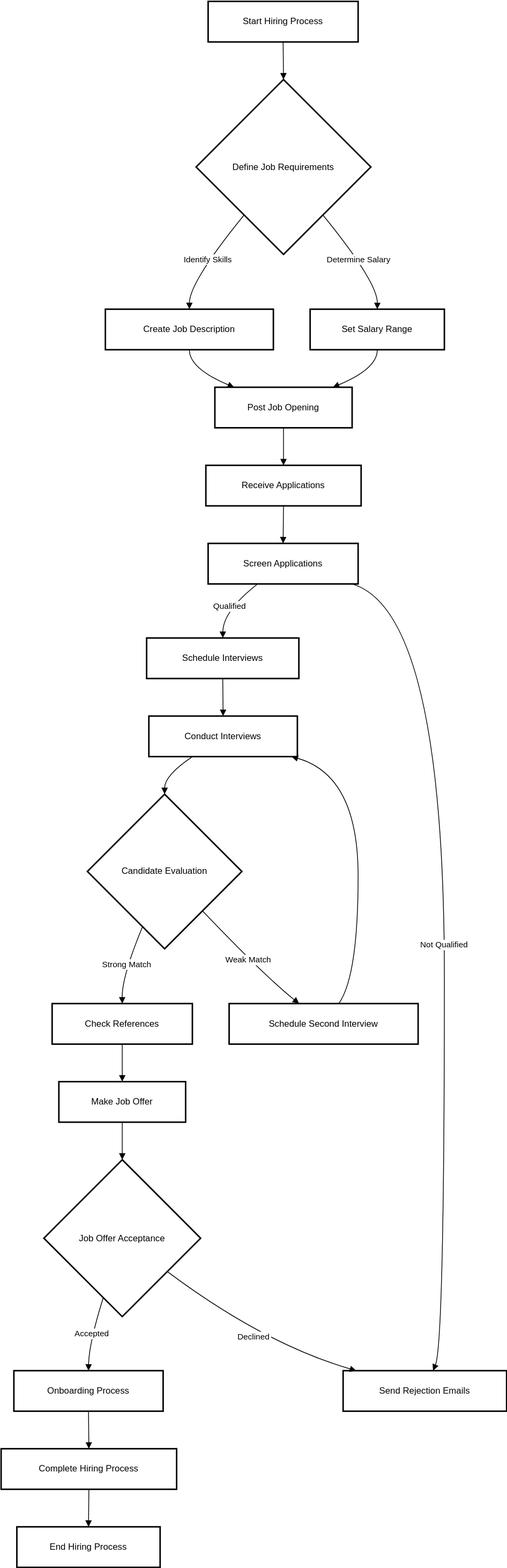
This is interview_process.svg from ZacksAmber/Flowcharts, a draw.io export, as it was before one commit. Source tidied: cells renumbered, new cells last; positions are measured from the earlier drawing's top-left corner, leaving out a move shared by most shapes.
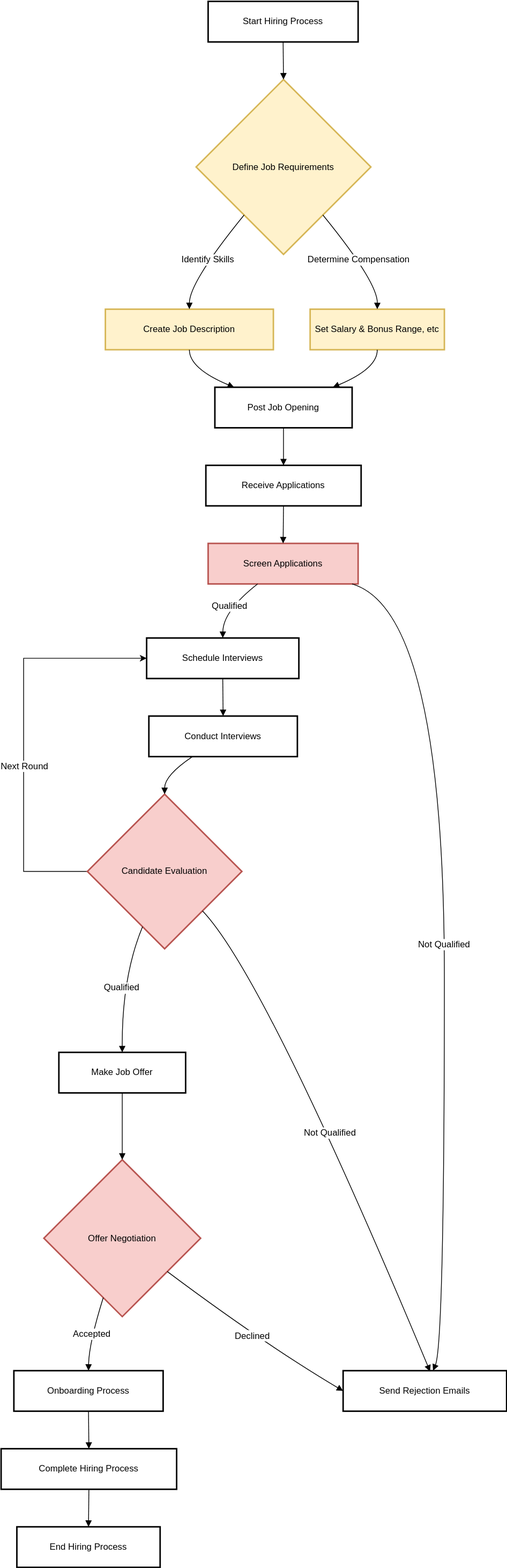
Later version of the same file.

What changed in the source:
```diff
@@ -5,13 +5,13 @@
     <mxCell id="2" value="Start Hiring Process" style="whiteSpace=wrap;strokeWidth=2;" parent="1" vertex="1">
       <mxGeometry x="276" width="200" height="54" as="geometry" />
     </mxCell>
-    <mxCell id="3" value="Define Job Requirements" style="rhombus;strokeWidth=2;whiteSpace=wrap;" parent="1" vertex="1">
+    <mxCell id="3" value="Define Job Requirements" style="rhombus;strokeWidth=2;whiteSpace=wrap;fillColor=#fff2cc;strokeColor=#d6b656;" parent="1" vertex="1">
       <mxGeometry x="260" y="104" width="233" height="233" as="geometry" />
     </mxCell>
-    <mxCell id="4" value="Create Job Description" style="whiteSpace=wrap;strokeWidth=2;" parent="1" vertex="1">
+    <mxCell id="4" value="Create Job Description" style="whiteSpace=wrap;strokeWidth=2;fillColor=#fff2cc;strokeColor=#d6b656;" parent="1" vertex="1">
       <mxGeometry x="139" y="410" width="224" height="54" as="geometry" />
     </mxCell>
-    <mxCell id="5" value="Set Salary Range" style="whiteSpace=wrap;strokeWidth=2;" parent="1" vertex="1">
+    <mxCell id="5" value="Set Salary &amp; Bonus Range, etc" style="whiteSpace=wrap;strokeWidth=2;fillColor=#fff2cc;strokeColor=#d6b656;" parent="1" vertex="1">
       <mxGeometry x="412" y="410" width="179" height="54" as="geometry" />
     </mxCell>
     <mxCell id="6" value="Post Job Opening" style="whiteSpace=wrap;strokeWidth=2;" parent="1" vertex="1">
@@ -20,7 +20,7 @@
     <mxCell id="7" value="Receive Applications" style="whiteSpace=wrap;strokeWidth=2;" parent="1" vertex="1">
       <mxGeometry x="273" y="618" width="207" height="54" as="geometry" />
     </mxCell>
-    <mxCell id="8" value="Screen Applications" style="whiteSpace=wrap;strokeWidth=2;" parent="1" vertex="1">
+    <mxCell id="8" value="Screen Applications" style="whiteSpace=wrap;strokeWidth=2;fillColor=#f8cecc;strokeColor=#b85450;glass=0;" parent="1" vertex="1">
       <mxGeometry x="276" y="722" width="200" height="54" as="geometry" />
     </mxCell>
     <mxCell id="9" value="Schedule Interviews" style="whiteSpace=wrap;strokeWidth=2;" parent="1" vertex="1">
@@ -32,19 +32,24 @@
     <mxCell id="11" value="Conduct Interviews" style="whiteSpace=wrap;strokeWidth=2;" parent="1" vertex="1">
       <mxGeometry x="197" y="952" width="198" height="54" as="geometry" />
     </mxCell>
+    <mxCell id="40" style="edgeStyle=orthogonalEdgeStyle;rounded=0;jettySize=auto;html=1;exitX=0;exitY=0.5;exitDx=0;exitDy=0;entryX=0;entryY=0.5;entryDx=0;entryDy=0;" parent="1" edge="1" source="12" target="9">
+      <mxGeometry relative="1" as="geometry">
+        <Array as="points">
+          <mxPoint x="30" y="1159" />
+          <mxPoint x="30" y="875" />
+        </Array>
+      </mxGeometry>
+    </mxCell>
+    <mxCell id="41" value="&lt;font style=&quot;font-size: 12px;&quot;&gt;Next Round&lt;/font&gt;" style="edgeLabel;html=1;align=center;verticalAlign=middle;" parent="40" vertex="1">
+      <mxGeometry x="-0.15" relative="1" as="geometry" />
+    </mxCell>
-    <mxCell id="12" value="Candidate Evaluation" style="rhombus;strokeWidth=2;whiteSpace=wrap;" parent="1" vertex="1">
+    <mxCell id="12" value="Candidate Evaluation" style="rhombus;strokeWidth=2;whiteSpace=wrap;fillColor=#f8cecc;strokeColor=#b85450;" parent="1" vertex="1">
       <mxGeometry x="115" y="1056" width="206" height="206" as="geometry" />
     </mxCell>
-    <mxCell id="13" value="Check References" style="whiteSpace=wrap;strokeWidth=2;" parent="1" vertex="1">
-      <mxGeometry x="68" y="1335" width="187" height="54" as="geometry" />
-    </mxCell>
-    <mxCell id="14" value="Schedule Second Interview" style="whiteSpace=wrap;strokeWidth=2;" parent="1" vertex="1">
-      <mxGeometry x="304" y="1335" width="252" height="54" as="geometry" />
-    </mxCell>
     <mxCell id="15" value="Make Job Offer" style="whiteSpace=wrap;strokeWidth=2;" parent="1" vertex="1">
-      <mxGeometry x="77" y="1439" width="169" height="54" as="geometry" />
+      <mxGeometry x="77" y="1400" width="169" height="54" as="geometry" />
     </mxCell>
-    <mxCell id="16" value="Job Offer Acceptance" style="rhombus;strokeWidth=2;whiteSpace=wrap;" parent="1" vertex="1">
+    <mxCell id="16" value="Offer Negotiation" style="rhombus;strokeWidth=2;whiteSpace=wrap;fillColor=#f8cecc;strokeColor=#b85450;" parent="1" vertex="1">
       <mxGeometry x="57" y="1543" width="209" height="209" as="geometry" />
     </mxCell>
     <mxCell id="17" value="Onboarding Process" style="whiteSpace=wrap;strokeWidth=2;" parent="1" vertex="1">
@@ -59,14 +64,14 @@
     <mxCell id="20" style="curved=1;startArrow=none;endArrow=block;exitX=0.5;exitY=1;entryX=0.5;entryY=0;rounded=0;" parent="1" edge="1" source="2" target="3">
       <mxGeometry relative="1" as="geometry" />
     </mxCell>
-    <mxCell id="21" value="Identify Skills" style="curved=1;startArrow=none;endArrow=block;exitX=0.09;exitY=1;entryX=0.5;entryY=0;rounded=0;" parent="1" edge="1" source="3" target="4">
+    <mxCell id="21" value="Identify Skills" style="curved=1;startArrow=none;endArrow=block;exitX=0.09;exitY=1;entryX=0.5;entryY=0;rounded=0;fontSize=12;" parent="1" edge="1" source="3" target="4">
       <mxGeometry relative="1" as="geometry">
         <Array as="points">
           <mxPoint x="251" y="374" />
         </Array>
       </mxGeometry>
     </mxCell>
-    <mxCell id="22" value="Determine Salary" style="curved=1;startArrow=none;endArrow=block;exitX=0.91;exitY=1;entryX=0.5;entryY=0;rounded=0;" parent="1" edge="1" source="3" target="5">
+    <mxCell id="22" value="Determine Compensation" style="curved=1;startArrow=none;endArrow=block;exitX=0.91;exitY=1;entryX=0.5;entryY=0;rounded=0;fontSize=12;" parent="1" edge="1" source="3" target="5">
       <mxGeometry relative="1" as="geometry">
         <Array as="points">
           <mxPoint x="502" y="374" />
@@ -93,14 +98,14 @@
     <mxCell id="26" style="curved=1;startArrow=none;endArrow=block;exitX=0.5;exitY=1;entryX=0.5;entryY=0;rounded=0;" parent="1" edge="1" source="7" target="8">
       <mxGeometry relative="1" as="geometry" />
     </mxCell>
-    <mxCell id="27" value="Qualified" style="curved=1;startArrow=none;endArrow=block;exitX=0.33;exitY=1;entryX=0.5;entryY=0.01;rounded=0;" parent="1" edge="1" source="8" target="9">
+    <mxCell id="27" value="Qualified" style="curved=1;startArrow=none;endArrow=block;exitX=0.33;exitY=1;entryX=0.5;entryY=0.01;rounded=0;fontSize=12;" parent="1" edge="1" source="8" target="9">
       <mxGeometry relative="1" as="geometry">
         <Array as="points">
           <mxPoint x="296" y="812" />
         </Array>
       </mxGeometry>
     </mxCell>
-    <mxCell id="28" value="Not Qualified" style="curved=1;startArrow=none;endArrow=block;exitX=0.96;exitY=1;entryX=0.55;entryY=0;rounded=0;" parent="1" edge="1" source="8" target="10">
+    <mxCell id="28" value="Not Qualified" style="curved=1;startArrow=none;endArrow=block;exitX=0.96;exitY=1;entryX=0.55;entryY=0;rounded=0;fontSize=12;" parent="1" edge="1" source="8" target="10">
       <mxGeometry relative="1" as="geometry">
         <Array as="points">
           <mxPoint x="591" y="812" />
@@ -118,42 +123,31 @@
         </Array>
       </mxGeometry>
     </mxCell>
-    <mxCell id="31" value="Strong Match" style="curved=1;startArrow=none;endArrow=block;exitX=0.3;exitY=1;entryX=0.5;entryY=0;rounded=0;" parent="1" edge="1" source="12" target="13">
+    <mxCell id="31" value="Qualified" style="curved=1;startArrow=none;endArrow=block;exitX=0.3;exitY=1;entryX=0.5;entryY=0;rounded=0;entryDx=0;entryDy=0;fontSize=12;" parent="1" edge="1" source="12" target="15">
       <mxGeometry relative="1" as="geometry">
         <Array as="points">
           <mxPoint x="161" y="1299" />
         </Array>
       </mxGeometry>
     </mxCell>
-    <mxCell id="32" value="Weak Match" style="curved=1;startArrow=none;endArrow=block;exitX=0.98;exitY=1;entryX=0.37;entryY=0;rounded=0;" parent="1" edge="1" source="12" target="14">
+    <mxCell id="32" value="Not Qualified" style="curved=1;startArrow=none;endArrow=block;exitX=0.98;exitY=1;entryX=0.532;entryY=0.019;rounded=0;entryDx=0;entryDy=0;entryPerimeter=0;fontSize=12;" parent="1" edge="1" source="12" target="10">
       <mxGeometry relative="1" as="geometry">
         <Array as="points">
           <mxPoint x="352" y="1299" />
         </Array>
       </mxGeometry>
     </mxCell>
-    <mxCell id="33" style="curved=1;startArrow=none;endArrow=block;exitX=0.5;exitY=1;entryX=0.5;entryY=0;rounded=0;" parent="1" edge="1" source="13" target="15">
-      <mxGeometry relative="1" as="geometry" />
-    </mxCell>
-    <mxCell id="34" style="curved=1;startArrow=none;endArrow=block;exitX=0.58;exitY=0;entryX=0.97;entryY=1.01;rounded=0;" parent="1" edge="1" source="14" target="11">
-      <mxGeometry relative="1" as="geometry">
-        <Array as="points">
-          <mxPoint x="476" y="1299" />
-          <mxPoint x="476" y="1031" />
-        </Array>
-      </mxGeometry>
-    </mxCell>
     <mxCell id="35" style="curved=1;startArrow=none;endArrow=block;exitX=0.5;exitY=1;entryX=0.5;entryY=0;rounded=0;" parent="1" edge="1" source="15" target="16">
       <mxGeometry relative="1" as="geometry" />
     </mxCell>
-    <mxCell id="36" value="Accepted" style="curved=1;startArrow=none;endArrow=block;exitX=0.34;exitY=1;entryX=0.5;entryY=0;rounded=0;" parent="1" edge="1" source="16" target="17">
+    <mxCell id="36" value="Accepted" style="curved=1;startArrow=none;endArrow=block;exitX=0.34;exitY=1;entryX=0.5;entryY=0;rounded=0;fontSize=12;" parent="1" edge="1" source="16" target="17">
       <mxGeometry relative="1" as="geometry">
         <Array as="points">
           <mxPoint x="117" y="1788" />
         </Array>
       </mxGeometry>
     </mxCell>
-    <mxCell id="37" value="Declined" style="curved=1;startArrow=none;endArrow=block;exitX=1;exitY=0.87;entryX=0.08;entryY=0;rounded=0;" parent="1" edge="1" source="16" target="10">
+    <mxCell id="37" value="Declined" style="curved=1;startArrow=none;endArrow=block;exitX=1;exitY=0.87;entryX=0;entryY=0.5;rounded=0;entryDx=0;entryDy=0;fontSize=12;" parent="1" edge="1" source="16" target="10">
       <mxGeometry relative="1" as="geometry">
         <Array as="points">
           <mxPoint x="350" y="1788" />
```
